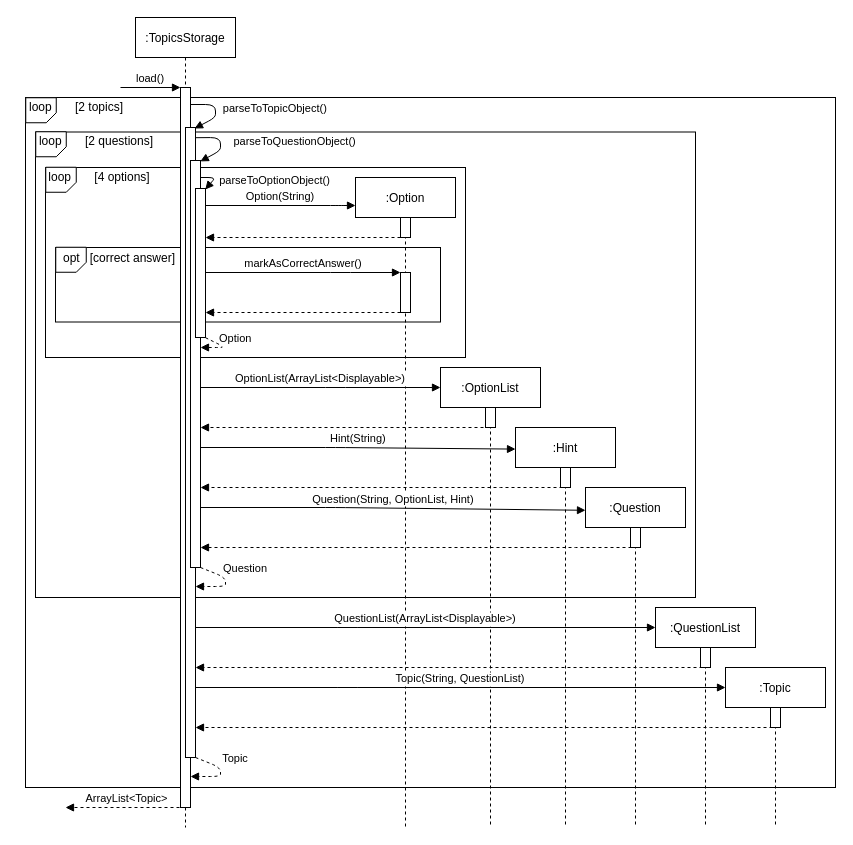
This is docs/diagrams/TopicsStorage_load.drawio from nus-cs2113-AY2021S1/tp, a draw.io file, before an edit. Source tidied: cells renumbered, new cells numbered last; positions are measured from the earlier drawing's top-left corner, leaving out a move shared by most shapes. Both pictures are drawn from the tidied source at 100%, with x=0, y=0 at pixel (17, 17).
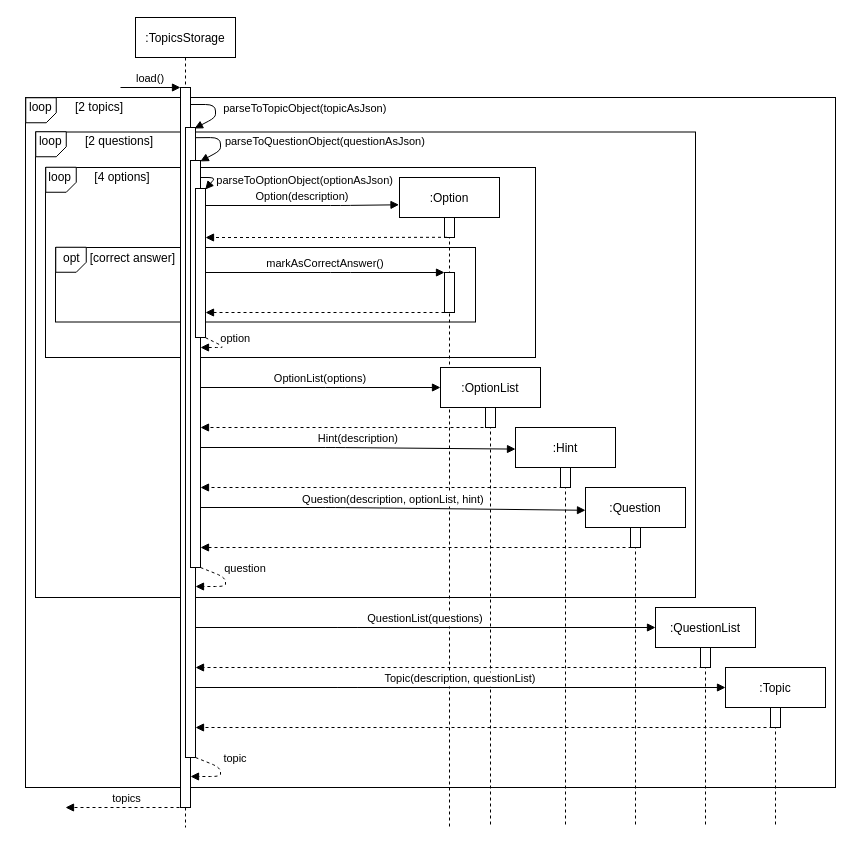
The same page after the edit.

Unchanged cells that the change refers to:
```xml
<mxCell id="7" style="points=[];perimeter=orthogonalPerimeter;rounded=0;shadow=0;strokeWidth=1;" parent="6" vertex="1">
  <mxGeometry x="45" y="70" width="10" height="720" as="geometry" />
</mxCell>
<mxCell id="11" style="points=[];perimeter=orthogonalPerimeter;rounded=0;shadow=0;strokeWidth=1;" parent="9" vertex="1">
  <mxGeometry x="45" y="95" width="10" height="40" as="geometry" />
</mxCell>
<mxCell id="14" style="verticalAlign=bottom;endArrow=block;dashed=1;endSize=6;exitX=0.5;exitY=1;shadow=0;strokeWidth=1;exitDx=0;exitDy=0;exitPerimeter=0;endFill=1;" parent="1" edge="1">
  <mxGeometry relative="1" as="geometry">
    <mxPoint x="168" y="790" as="sourcePoint" />
    <mxPoint x="48" y="790" as="targetPoint" />
  </mxGeometry>
</mxCell>
<mxCell id="18" style="points=[];perimeter=orthogonalPerimeter;rounded=0;shadow=0;strokeWidth=1;" parent="1" vertex="1">
  <mxGeometry x="173" y="143" width="10" height="407" as="geometry" />
</mxCell>
<mxCell id="20" style="points=[];perimeter=orthogonalPerimeter;rounded=0;shadow=0;strokeWidth=1;" parent="1" vertex="1">
  <mxGeometry x="178" y="171" width="10" height="149" as="geometry" />
</mxCell>
<mxCell id="29" value=":Hint" style="shape=umlLifeline;perimeter=lifelinePerimeter;rounded=0;shadow=0;strokeWidth=1;" parent="1" vertex="1">
  <mxGeometry x="498" y="410" width="100" height="400" as="geometry" />
</mxCell>
<mxCell id="35" value=":Question" style="shape=umlLifeline;perimeter=lifelinePerimeter;rounded=0;shadow=0;strokeWidth=1;" parent="1" vertex="1">
  <mxGeometry x="568" y="470" width="100" height="340" as="geometry" />
</mxCell>
```

The edit, as a diff of the source:
```diff
@@
     <mxCell id="4" style="rounded=0;whiteSpace=wrap;html=1;" parent="1" vertex="1">
-      <mxGeometry x="28" y="150" width="420" height="190" as="geometry" />
+      <mxGeometry x="28" y="150" width="490" height="190" as="geometry" />
     </mxCell>
     <mxCell id="5" style="rounded=0;whiteSpace=wrap;html=1;" parent="1" vertex="1">
-      <mxGeometry x="38" y="230" width="385" height="74.5" as="geometry" />
+      <mxGeometry x="38" y="230" width="420" height="74.5" as="geometry" />
     </mxCell>
@@
     <mxCell id="9" value=":Option" style="shape=umlLifeline;perimeter=lifelinePerimeter;rounded=0;shadow=0;strokeWidth=1;" parent="1" vertex="1">
-      <mxGeometry x="338" y="160" width="100" height="650" as="geometry" />
+      <mxGeometry x="382" y="160" width="100" height="650" as="geometry" />
     </mxCell>
@@
-    <mxCell id="12" style="verticalAlign=bottom;endArrow=block;dashed=1;endSize=6;shadow=0;strokeWidth=1;endFill=1;" parent="1" edge="1" target="20">
+    <mxCell id="12" style="verticalAlign=bottom;endArrow=block;dashed=1;endSize=6;shadow=0;strokeWidth=1;endFill=1;exitX=0.475;exitY=0.092;exitDx=0;exitDy=0;exitPerimeter=0;" parent="1" edge="1" source="9" target="20">
       <mxGeometry relative="1" as="geometry">
-        <mxPoint x="383" y="220" as="sourcePoint" />
         <Array as="points">
           <mxPoint x="333" y="220" />
         </Array>
       </mxGeometry>
     </mxCell>
-    <mxCell id="13" value="Option(String)" style="verticalAlign=bottom;endArrow=block;shadow=0;strokeWidth=1;" parent="1" edge="1">
+    <mxCell id="13" value="Option(description)" style="verticalAlign=bottom;endArrow=block;shadow=0;strokeWidth=1;entryX=-0.005;entryY=0.042;entryDx=0;entryDy=0;entryPerimeter=0;" parent="1" edge="1" target="9">
       <mxGeometry relative="1" as="geometry">
         <mxPoint x="188" y="188" as="sourcePoint" />
-        <mxPoint x="338" y="188" as="targetPoint" />
         <Array as="points">
           <mxPoint x="323" y="188" />
         </Array>
       </mxGeometry>
     </mxCell>
@@
-    <mxCell id="15" value="ArrayList&amp;lt;Topic&amp;gt;" style="edgeLabel;html=1;align=center;verticalAlign=middle;" parent="14" vertex="1">
+    <mxCell id="15" value="topics" style="edgeLabel;html=1;align=center;verticalAlign=middle;" parent="14" vertex="1">
       <mxGeometry x="-0.2" relative="1" as="geometry">
         <mxPoint x="-11.7" y="-10" as="offset" />
       </mxGeometry>
     </mxCell>
@@
-    <mxCell id="17" value="parseToTopicObject()" style="verticalAlign=bottom;endArrow=block;shadow=0;strokeWidth=1;" parent="1" edge="1" source="7">
-      <mxGeometry x="0.23" y="60" relative="1" as="geometry">
+    <mxCell id="17" value="parseToTopicObject(topicAsJson)" style="verticalAlign=bottom;endArrow=block;shadow=0;strokeWidth=1;" parent="1" edge="1" source="7">
+      <mxGeometry x="0.23" y="90" relative="1" as="geometry">
         <mxPoint x="177" y="111" as="targetPoint" />
         <Array as="points">
           <mxPoint x="198" y="87" />
           <mxPoint x="198" y="100" />
         </Array>
-        <mxPoint x="32" y="-53" as="offset" />
+        <mxPoint x="48" y="-80" as="offset" />
       </mxGeometry>
     </mxCell>
@@
-    <mxCell id="19" value="parseToQuestionObject()" style="verticalAlign=bottom;endArrow=block;shadow=0;strokeWidth=1;exitX=1;exitY=0.038;exitDx=0;exitDy=0;exitPerimeter=0;entryX=0.98;entryY=0.013;entryDx=0;entryDy=0;entryPerimeter=0;" parent="1" edge="1">
-      <mxGeometry x="0.25" y="75" relative="1" as="geometry">
+    <mxCell id="19" value="parseToQuestionObject(questionAsJson)" style="verticalAlign=bottom;endArrow=block;shadow=0;strokeWidth=1;exitX=1;exitY=0.038;exitDx=0;exitDy=0;exitPerimeter=0;entryX=0.98;entryY=0.013;entryDx=0;entryDy=0;entryPerimeter=0;" parent="1" edge="1">
+      <mxGeometry x="0.25" y="105" relative="1" as="geometry">
         <mxPoint x="178" y="120.2" as="sourcePoint" />
         <mxPoint x="182.8" y="143.9" as="targetPoint" />
         <Array as="points">
           <mxPoint x="203" y="120" />
           <mxPoint x="203" y="133" />
         </Array>
-        <mxPoint x="39" y="-66" as="offset" />
+        <mxPoint x="55" y="-92" as="offset" />
       </mxGeometry>
     </mxCell>
@@
-    <mxCell id="21" value="parseToOptionObject()" style="verticalAlign=bottom;endArrow=block;shadow=0;strokeWidth=1;entryX=0.98;entryY=0.013;entryDx=0;entryDy=0;entryPerimeter=0;" parent="1" edge="1" source="18">
-      <mxGeometry x="-0.02" y="-61" relative="1" as="geometry">
+    <mxCell id="21" value="parseToOptionObject(optionAsJson)" style="verticalAlign=bottom;endArrow=block;shadow=0;strokeWidth=1;entryX=0.98;entryY=0.013;entryDx=0;entryDy=0;entryPerimeter=0;" parent="1" edge="1" source="18">
+      <mxGeometry x="-0.02" y="-91" relative="1" as="geometry">
         <mxPoint x="187.8" y="172" as="targetPoint" />
         <Array as="points">
           <mxPoint x="198" y="160" />
         </Array>
-        <mxPoint x="106" y="52" as="offset" />
+        <mxPoint x="159" y="71" as="offset" />
       </mxGeometry>
     </mxCell>
@@
-    <mxCell id="23" style="verticalAlign=bottom;endArrow=block;dashed=1;endSize=6;shadow=0;strokeWidth=1;endFill=1;" parent="1" edge="1">
+    <mxCell id="23" style="verticalAlign=bottom;endArrow=block;dashed=1;endSize=6;shadow=0;strokeWidth=1;endFill=1;" parent="1" edge="1" source="11">
       <mxGeometry relative="1" as="geometry">
-        <mxPoint x="383" y="295" as="sourcePoint" />
         <mxPoint x="188" y="295" as="targetPoint" />
         <Array as="points">
           <mxPoint x="333" y="295" />
         </Array>
       </mxGeometry>
     </mxCell>
@@
-    <mxCell id="31" value="OptionList(ArrayList&lt;Displayable&gt;)" style="verticalAlign=bottom;endArrow=block;shadow=0;strokeWidth=1;" parent="1" edge="1">
+    <mxCell id="31" value="OptionList(options)" style="verticalAlign=bottom;endArrow=block;shadow=0;strokeWidth=1;" parent="1" edge="1">
       <mxGeometry relative="1" as="geometry">
         <mxPoint x="183" y="370" as="sourcePoint" />
         <mxPoint x="423" y="370" as="targetPoint" />
         <Array as="points">
           <mxPoint x="318" y="370" />
         </Array>
       </mxGeometry>
     </mxCell>
-    <mxCell id="32" value="Option" style="verticalAlign=bottom;endArrow=block;shadow=0;strokeWidth=1;exitX=1;exitY=0.038;exitDx=0;exitDy=0;exitPerimeter=0;dashed=1;" parent="1" edge="1" target="18">
+    <mxCell id="32" value="option" style="verticalAlign=bottom;endArrow=block;shadow=0;strokeWidth=1;exitX=1;exitY=0.038;exitDx=0;exitDy=0;exitPerimeter=0;dashed=1;" parent="1" edge="1" target="18">
       <mxGeometry x="-0.06" y="10" relative="1" as="geometry">
         <mxPoint x="188" y="320.2" as="sourcePoint" />
         <Array as="points">
           <mxPoint x="208" y="330" />
           <mxPoint x="198" y="330" />
         </Array>
         <mxPoint x="10" y="-10" as="offset" />
       </mxGeometry>
     </mxCell>
@@
-    <mxCell id="34" value="Hint(String)" style="verticalAlign=bottom;endArrow=block;shadow=0;strokeWidth=1;entryX=0;entryY=0.054;entryDx=0;entryDy=0;entryPerimeter=0;" parent="1" edge="1" target="29">
+    <mxCell id="34" value="Hint(description)" style="verticalAlign=bottom;endArrow=block;shadow=0;strokeWidth=1;entryX=0;entryY=0.054;entryDx=0;entryDy=0;entryPerimeter=0;" parent="1" edge="1" target="29">
       <mxGeometry relative="1" as="geometry">
         <mxPoint x="182.9" y="430" as="sourcePoint" />
         <Array as="points">
           <mxPoint x="317.9" y="430" />
         </Array>
       </mxGeometry>
     </mxCell>
@@
-    <mxCell id="38" value="Question(String, OptionList, Hint)" style="verticalAlign=bottom;endArrow=block;shadow=0;strokeWidth=1;entryX=0;entryY=0.067;entryDx=0;entryDy=0;entryPerimeter=0;" parent="1" edge="1" target="35">
+    <mxCell id="38" value="Question(description, optionList, hint)" style="verticalAlign=bottom;endArrow=block;shadow=0;strokeWidth=1;entryX=0;entryY=0.067;entryDx=0;entryDy=0;entryPerimeter=0;" parent="1" edge="1" target="35">
       <mxGeometry relative="1" as="geometry">
         <mxPoint x="182.9" y="490" as="sourcePoint" />
         <Array as="points">
           <mxPoint x="317.9" y="490" />
         </Array>
       </mxGeometry>
     </mxCell>
@@
-    <mxCell id="40" value="Question" style="verticalAlign=bottom;endArrow=block;shadow=0;strokeWidth=1;dashed=1;" parent="1" edge="1">
+    <mxCell id="40" value="question" style="verticalAlign=bottom;endArrow=block;shadow=0;strokeWidth=1;dashed=1;" parent="1" edge="1">
       <mxGeometry x="-0.17" y="20" relative="1" as="geometry">
         <mxPoint x="183" y="550" as="sourcePoint" />
         <mxPoint x="178" y="569" as="targetPoint" />
         <Array as="points">
           <mxPoint x="208" y="560" />
           <mxPoint x="208" y="569" />
         </Array>
       </mxGeometry>
     </mxCell>
@@
-    <mxCell id="43" value="QuestionList(ArrayList&lt;Displayable&gt;)" style="verticalAlign=bottom;endArrow=block;shadow=0;strokeWidth=1;" parent="1" edge="1">
+    <mxCell id="43" value="QuestionList(questions)" style="verticalAlign=bottom;endArrow=block;shadow=0;strokeWidth=1;" parent="1" edge="1">
       <mxGeometry relative="1" as="geometry">
         <mxPoint x="178" y="610" as="sourcePoint" />
         <mxPoint x="638" y="610" as="targetPoint" />
         <Array as="points">
           <mxPoint x="330.4" y="610" />
         </Array>
       </mxGeometry>
     </mxCell>
@@
-    <mxCell id="46" value="Topic(String, QuestionList)" style="verticalAlign=bottom;endArrow=block;shadow=0;strokeWidth=1;" parent="1" edge="1">
+    <mxCell id="46" value="Topic(description, questionList)" style="verticalAlign=bottom;endArrow=block;shadow=0;strokeWidth=1;" parent="1" edge="1">
       <mxGeometry relative="1" as="geometry">
         <mxPoint x="178" y="670" as="sourcePoint" />
         <mxPoint x="708" y="670" as="targetPoint" />
         <Array as="points">
           <mxPoint x="330.4" y="670" />
         </Array>
       </mxGeometry>
     </mxCell>
@@
-    <mxCell id="48" value="Topic" style="verticalAlign=bottom;endArrow=block;shadow=0;strokeWidth=1;dashed=1;" parent="1" edge="1">
+    <mxCell id="48" value="topic" style="verticalAlign=bottom;endArrow=block;shadow=0;strokeWidth=1;dashed=1;" parent="1" edge="1">
       <mxGeometry x="-0.18" y="15" relative="1" as="geometry">
         <mxPoint x="178" y="740" as="sourcePoint" />
         <mxPoint x="173" y="759" as="targetPoint" />
         <Array as="points">
           <mxPoint x="203" y="750" />
           <mxPoint x="203" y="759" />
         </Array>
       </mxGeometry>
     </mxCell>
```
